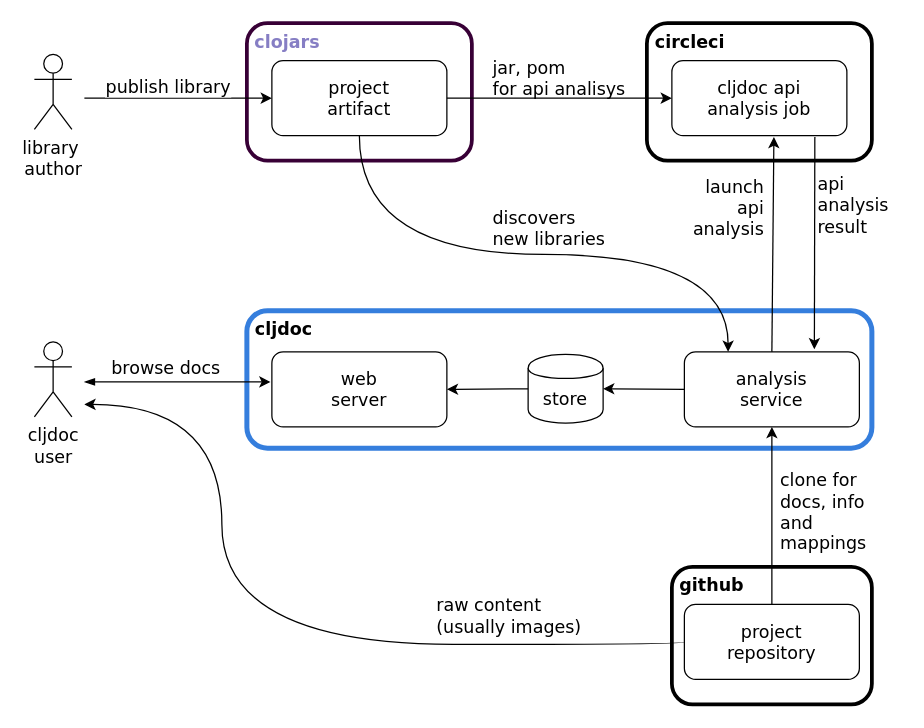
Above: doc/system-overview.drawio in cljdoc/cljdoc (draw.io), before the change. Source tidied: cells renumbered, new cells numbered last; positions are measured from the earlier drawing's top-left corner, leaving out a move shared by most shapes. Both pictures are drawn from the tidied source at 125%, with x=0, y=0 at pixel (34, 22).
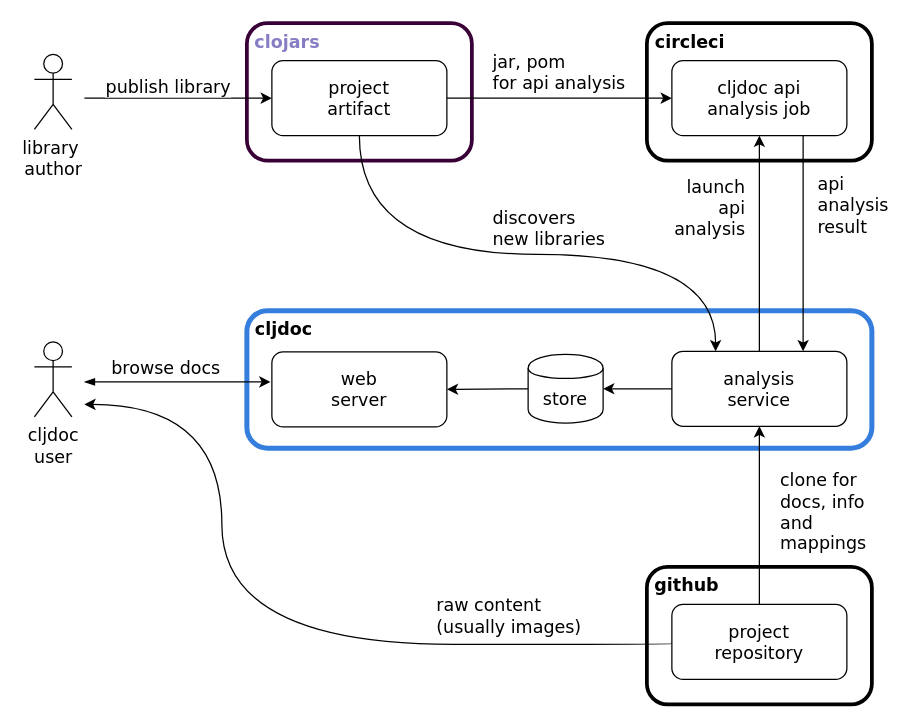
After the change.

Commit message (it also covers changes not shown here):
Fix typo in system overview diagram

Also straighten a few lines and align a few boxes.

Unchanged cells that the change refers to:
```xml
<mxCell id="5" value="project&lt;br style=&quot;font-size: 14px;&quot;&gt;artifact" style="rounded=1;whiteSpace=wrap;html=1;fontFamily=Verdana;fontSize=14;" parent="1" vertex="1">
  <mxGeometry x="190" y="30" width="140" height="60" as="geometry" />
</mxCell>
<mxCell id="9" value="cljdoc api&lt;br style=&quot;font-size: 14px&quot;&gt;analysis job" style="rounded=1;whiteSpace=wrap;html=1;fontFamily=Verdana;fontSize=14;" parent="1" vertex="1">
  <mxGeometry x="510" y="30" width="140" height="60" as="geometry" />
</mxCell>
```

Diff of the diagram source:
```diff
@@
-    <mxCell id="11" value="jar, pom&lt;br style=&quot;font-size: 14px;&quot;&gt;for api analisys" style="text;html=1;align=left;verticalAlign=top;spacingTop=-4;fontFamily=Verdana;fontSize=14;" parent="1" vertex="1">
-      <mxGeometry x="365" y="25" width="100" height="30" as="geometry" />
+    <mxCell id="11" value="jar, pom&lt;br style=&quot;font-size: 14px&quot;&gt;for api analysis" style="text;html=1;align=left;verticalAlign=top;spacingTop=-4;fontFamily=Verdana;fontSize=14;" parent="1" vertex="1">
+      <mxGeometry x="365" y="20" width="120" height="40" as="geometry" />
     </mxCell>
@@
+    <mxCell id="19" style="edgeStyle=orthogonalEdgeStyle;rounded=0;jettySize=auto;html=1;exitX=0.5;exitY=0;exitDx=0;exitDy=0;entryX=0.5;entryY=1;entryDx=0;entryDy=0;" parent="1" edge="1" source="16" target="9">
+      <mxGeometry relative="1" as="geometry" />
+    </mxCell>
     <mxCell id="16" value="analysis &lt;br&gt;service" style="rounded=1;whiteSpace=wrap;html=1;fontFamily=Verdana;fontSize=14;" parent="1" vertex="1">
-      <mxGeometry x="520" y="263" width="140" height="60" as="geometry" />
+      <mxGeometry x="510" y="262.5" width="140" height="60" as="geometry" />
     </mxCell>
@@
-    <mxCell id="19" style="endArrow=classic;html=1;fontFamily=Verdana;fontSize=14;exitX=0.5;exitY=0;exitDx=0;exitDy=0;entryX=0.583;entryY=1.017;entryDx=0;entryDy=0;entryPerimeter=0;" parent="1" edge="1" source="16" target="9">
-      <mxGeometry relative="1" as="geometry" />
-    </mxCell>
@@
     <mxCell id="21" style="edgeStyle=orthogonalEdgeStyle;rounded=0;jettySize=auto;html=1;entryX=0.25;entryY=0;entryDx=0;entryDy=0;fontFamily=Verdana;fontSize=14;curved=1;exitX=0.5;exitY=1;exitDx=0;exitDy=0;" parent="1" edge="1" source="5" target="16">
       <mxGeometry relative="1" as="geometry">
         <Array as="points">
           <mxPoint x="260" y="185" />
-          <mxPoint x="555" y="185" />
+          <mxPoint x="545" y="185" />
         </Array>
       </mxGeometry>
     </mxCell>
-    <mxCell id="22" style="endArrow=classic;html=1;fontFamily=Verdana;fontSize=14;exitX=0.817;exitY=1.017;exitDx=0;exitDy=0;exitPerimeter=0;" parent="1" edge="1" source="9">
-      <mxGeometry relative="1" as="geometry">
-        <mxPoint x="624" y="261" as="targetPoint" />
-      </mxGeometry>
-    </mxCell>
     <mxCell id="23" value="launch&lt;br&gt;api&lt;br&gt;analysis&lt;br&gt;" style="text;html=1;align=right;verticalAlign=top;spacingTop=-4;fontSize=14;fontFamily=Verdana;" parent="1" vertex="1">
-      <mxGeometry x="515" y="120" width="70" height="50" as="geometry" />
+      <mxGeometry x="500" y="120" width="70" height="50" as="geometry" />
     </mxCell>
@@
-    <mxCell id="25" style="endArrow=classic;html=1;fontFamily=Verdana;fontSize=14;exitX=0.5;exitY=0;exitDx=0;exitDy=0;" parent="1" edge="1" source="29" target="16">
-      <mxGeometry relative="1" as="geometry" />
-    </mxCell>
@@
-    <mxCell id="27" style="group;fillColor=none;strokeWidth=3;" parent="1" vertex="1">
-      <mxGeometry x="510" y="435" width="160" height="110" as="geometry" />
-    </mxCell>
-    <mxCell id="28" value="&amp;nbsp;&lt;b&gt;github&lt;/b&gt;" style="rounded=1;whiteSpace=wrap;html=1;align=left;horizontal=1;verticalAlign=top;fontFamily=Verdana;fontSize=14;fillColor=none;strokeWidth=3;" parent="27" vertex="1">
-      <mxGeometry width="160" height="110" as="geometry" />
-    </mxCell>
-    <mxCell id="29" value="project&lt;br&gt;repository" style="rounded=1;whiteSpace=wrap;html=1;fontFamily=Verdana;fontSize=14;" parent="27" vertex="1">
-      <mxGeometry x="10" y="30" width="140" height="60" as="geometry" />
-    </mxCell>
@@
+    <mxCell id="28" value="&amp;nbsp;&lt;b&gt;github&lt;/b&gt;" style="rounded=1;whiteSpace=wrap;html=1;align=left;horizontal=1;verticalAlign=top;fontFamily=Verdana;fontSize=14;fillColor=none;strokeWidth=3;" parent="1" vertex="1">
+      <mxGeometry x="490" y="435" width="180" height="110" as="geometry" />
+    </mxCell>
+    <mxCell id="29" value="project&lt;br&gt;repository" style="rounded=1;whiteSpace=wrap;html=1;fontFamily=Verdana;fontSize=14;" parent="1" vertex="1">
+      <mxGeometry x="510" y="465" width="140" height="60" as="geometry" />
+    </mxCell>
+    <mxCell id="25" style="endArrow=classic;html=1;exitX=0.5;exitY=0;exitDx=0;exitDy=0;entryX=0.5;entryY=1;entryDx=0;entryDy=0;" parent="1" edge="1" source="29" target="16">
+      <mxGeometry relative="1" as="geometry" />
+    </mxCell>
+    <mxCell id="33" style="edgeStyle=orthogonalEdgeStyle;rounded=0;jettySize=auto;html=1;exitX=0.75;exitY=1;exitDx=0;exitDy=0;entryX=0.75;entryY=0;entryDx=0;entryDy=0;" parent="1" edge="1" source="9" target="16">
+      <mxGeometry relative="1" as="geometry" />
+    </mxCell>
```
